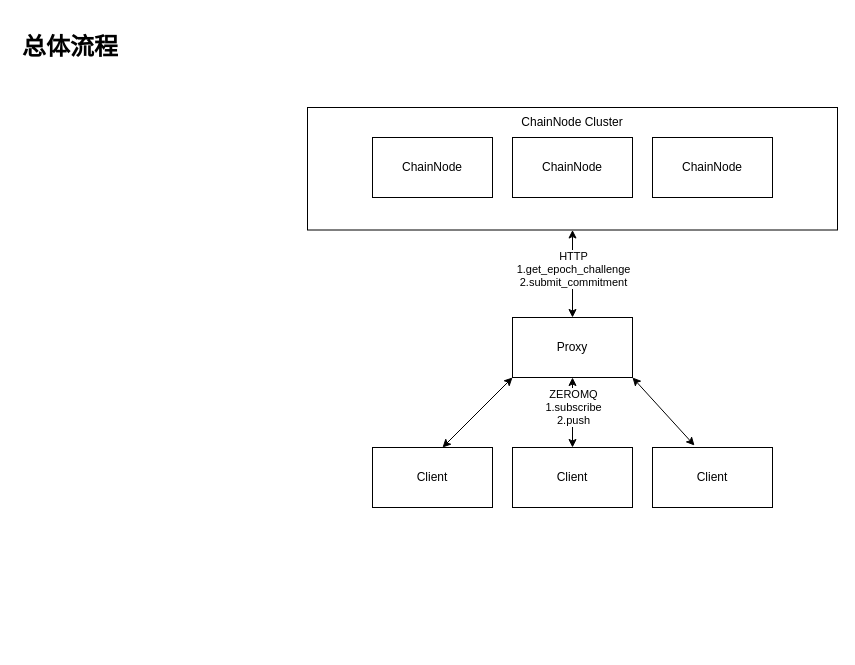
Earlier version of the draw.io diagram ALEO_TESTNET3_POOL.drawio (ghostant-1017/draw-io). Source tidied: cells renumbered, new cells numbered last; positions are measured from the earlier drawing's top-left corner, leaving out a move shared by most shapes. Both pictures are drawn from the tidied source at 100%, with x=0, y=0 at pixel (17, 27).
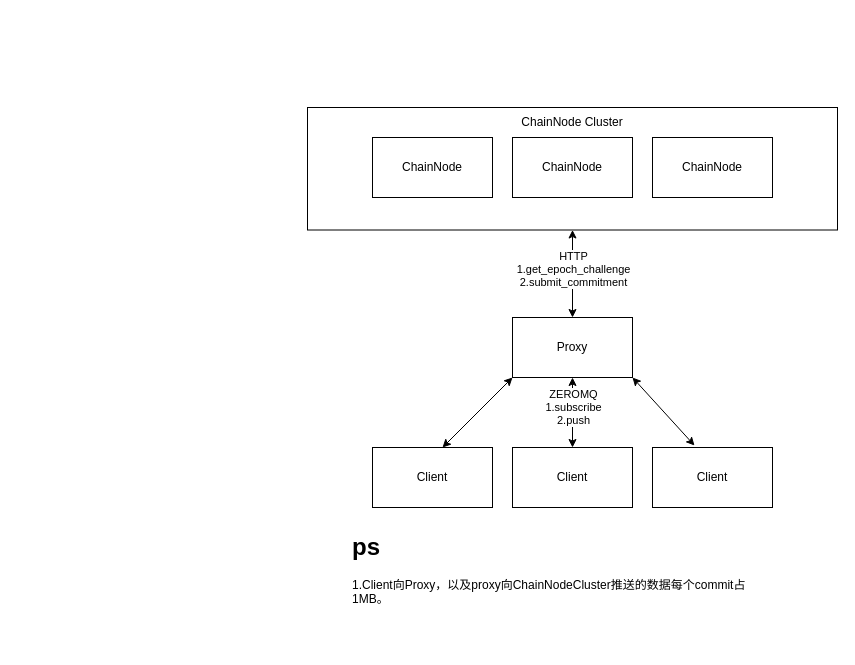
The same diagram, later.

The edit, as a diff of the source:
```diff
@@
-    <mxCell id="17" value="&lt;h1&gt;总体流程&lt;/h1&gt;" style="text;html=1;strokeColor=none;fillColor=none;spacing=5;spacingTop=-20;whiteSpace=wrap;overflow=hidden;rounded=0;" parent="1" vertex="1">
-      <mxGeometry width="250" height="120" as="geometry" />
+    <mxCell id="17" value="&lt;h1&gt;ps&lt;/h1&gt;&lt;div&gt;1.Client向Proxy，以及proxy向ChainNodeCluster推送的数据每个commit占1MB。&lt;/div&gt;" style="text;html=1;strokeColor=none;fillColor=none;spacing=5;spacingTop=-20;whiteSpace=wrap;overflow=hidden;rounded=0;" parent="1" vertex="1">
+      <mxGeometry x="330" y="500" width="410" height="120" as="geometry" />
     </mxCell>
```
